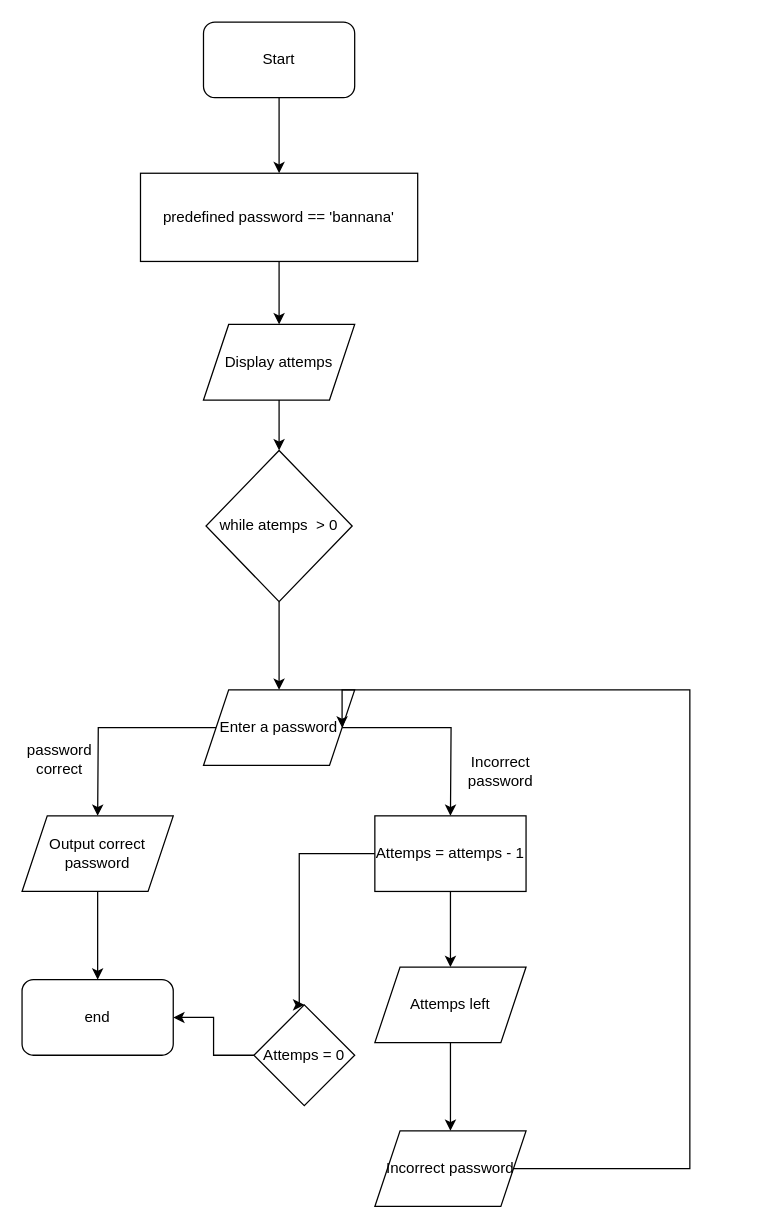
Before: week-2/flowcharts/checkPassword.drawio in frontend-alex/flowchart-charts, a draw.io diagram. Source tidied: cells renumbered, new cells numbered last; positions are measured from the earlier drawing's top-left corner, leaving out a move shared by most shapes. Both pictures are drawn from the tidied source at 126%, with x=0, y=0 at pixel (21, 21).
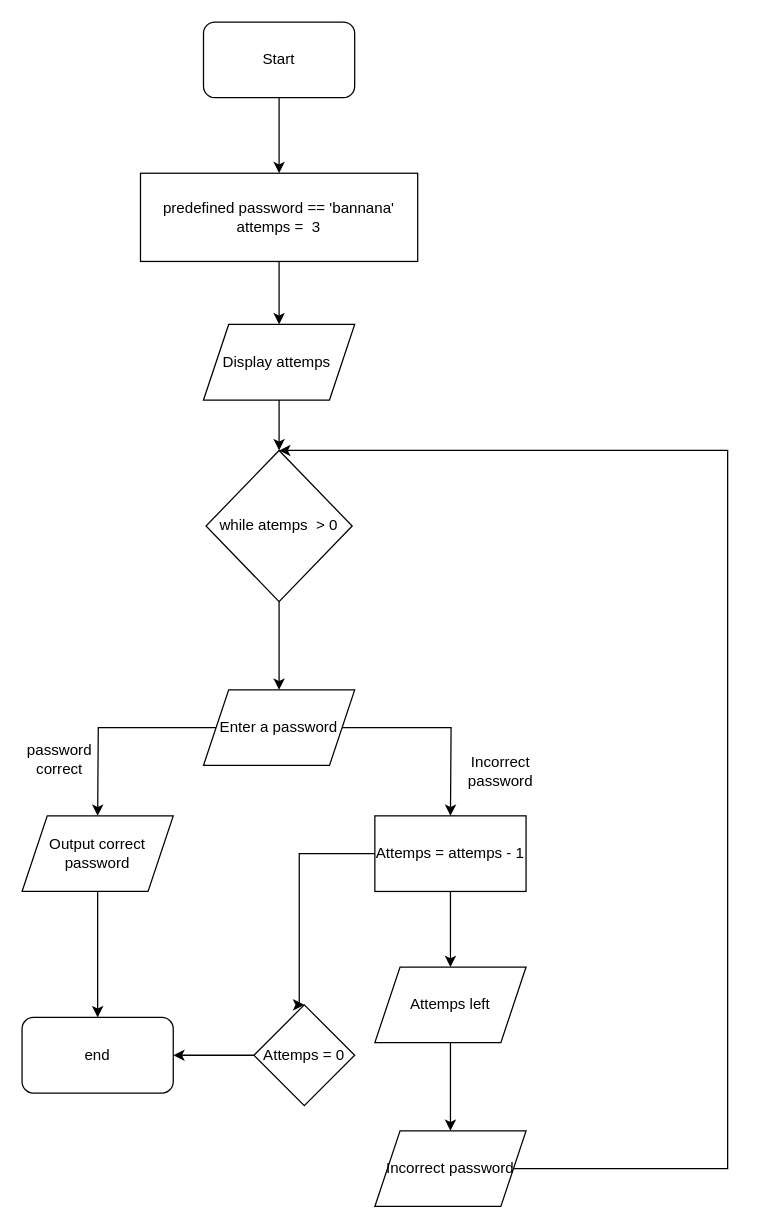
The same page after the edit.

Unchanged cells that the change refers to:
```xml
<mxCell id="9" value="while atemps&amp;nbsp; &amp;gt; 0" style="rhombus;whiteSpace=wrap;html=1;direction=south;" parent="1" vertex="1">
  <mxGeometry x="146" y="340" width="116" height="120" as="geometry" />
</mxCell>
<mxCell id="12" value="Enter a password" style="shape=parallelogram;perimeter=parallelogramPerimeter;whiteSpace=wrap;html=1;fixedSize=1;" parent="1" vertex="1">
  <mxGeometry x="144" y="530" width="120" height="60" as="geometry" />
</mxCell>
<mxCell id="15" value="Output correct password" style="shape=parallelogram;perimeter=parallelogramPerimeter;whiteSpace=wrap;html=1;fixedSize=1;" parent="1" vertex="1">
  <mxGeometry y="630" width="120" height="60" as="geometry" />
</mxCell>
<mxCell id="22" value="Incorrect password" style="shape=parallelogram;perimeter=parallelogramPerimeter;whiteSpace=wrap;html=1;fixedSize=1;" parent="1" vertex="1">
  <mxGeometry x="280" y="880" width="120" height="60" as="geometry" />
</mxCell>
```

Diff of the diagram source:
```diff
@@
-    <mxCell id="5" value="predefined password == 'bannana'" style="rounded=0;whiteSpace=wrap;html=1;" parent="1" vertex="1">
+    <mxCell id="5" value="predefined password == 'bannana'&lt;div&gt;attemps =&amp;nbsp; 3&lt;/div&gt;" style="rounded=0;whiteSpace=wrap;html=1;" parent="1" vertex="1">
       <mxGeometry x="94" y="120" width="220" height="70" as="geometry" />
     </mxCell>
@@
-    <mxCell id="7" value="Display attemps" style="shape=parallelogram;perimeter=parallelogramPerimeter;whiteSpace=wrap;html=1;fixedSize=1;" parent="1" vertex="1">
+    <mxCell id="7" value="Display attemps&amp;nbsp;" style="shape=parallelogram;perimeter=parallelogramPerimeter;whiteSpace=wrap;html=1;fixedSize=1;" parent="1" vertex="1">
       <mxGeometry x="144" y="240" width="120" height="60" as="geometry" />
     </mxCell>
@@
-    <mxCell id="14" style="edgeStyle=orthogonalEdgeStyle;rounded=0;jettySize=auto;html=1;" parent="1" edge="1" source="15">
-      <mxGeometry relative="1" as="geometry">
-        <mxPoint x="60" y="760" as="targetPoint" />
-      </mxGeometry>
+    <mxCell id="14" style="edgeStyle=orthogonalEdgeStyle;rounded=0;jettySize=auto;html=1;entryX=0.5;entryY=0;entryDx=0;entryDy=0;" parent="1" edge="1" source="15" target="16">
+      <mxGeometry relative="1" as="geometry" />
     </mxCell>
@@
     <mxCell id="16" value="end" style="rounded=1;whiteSpace=wrap;html=1;" parent="1" vertex="1">
-      <mxGeometry y="760" width="120" height="60" as="geometry" />
+      <mxGeometry y="790" width="120" height="60" as="geometry" />
     </mxCell>
@@
-    <mxCell id="21" style="edgeStyle=orthogonalEdgeStyle;rounded=0;jettySize=auto;html=1;entryX=1;entryY=0.5;entryDx=0;entryDy=0;" parent="1" edge="1" source="22" target="12">
-      <mxGeometry relative="1" as="geometry">
-        <Array as="points">
-          <mxPoint x="530" y="910" />
-          <mxPoint x="530" y="530" />
-          <mxPoint x="254" y="530" />
-        </Array>
-      </mxGeometry>
-    </mxCell>
+    <mxCell id="27" style="edgeStyle=orthogonalEdgeStyle;rounded=0;jettySize=auto;html=1;entryX=0;entryY=0.5;entryDx=0;entryDy=0;" parent="1" edge="1" source="22" target="9">
+      <mxGeometry relative="1" as="geometry">
+        <Array as="points">
+          <mxPoint x="560" y="910" />
+          <mxPoint x="560" y="340" />
+        </Array>
+      </mxGeometry>
+    </mxCell>
```
